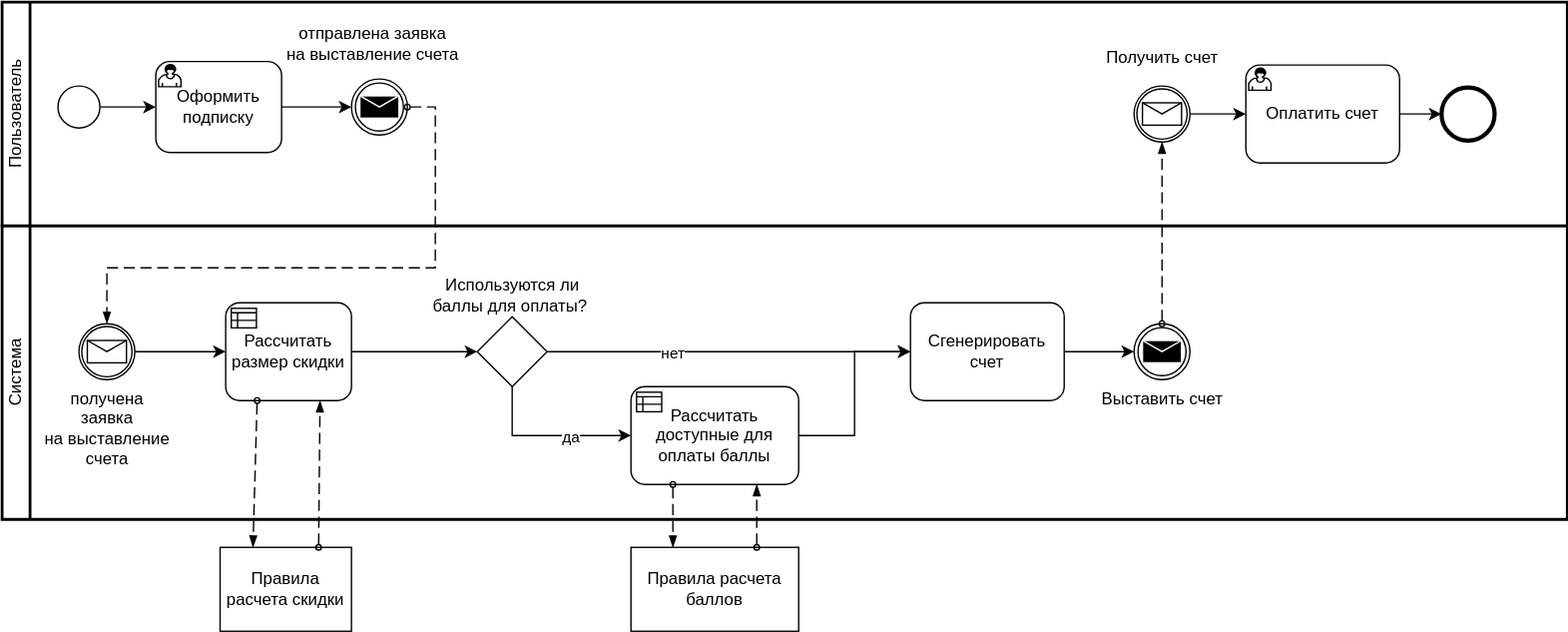
The draw.io diagram docs/img/bpmn.svg in AskaryanKarine/DoramaSet, before a commit. Source tidied: cells renumbered, new cells last; positions are measured from the earlier drawing's top-left corner, leaving out a move shared by most shapes.
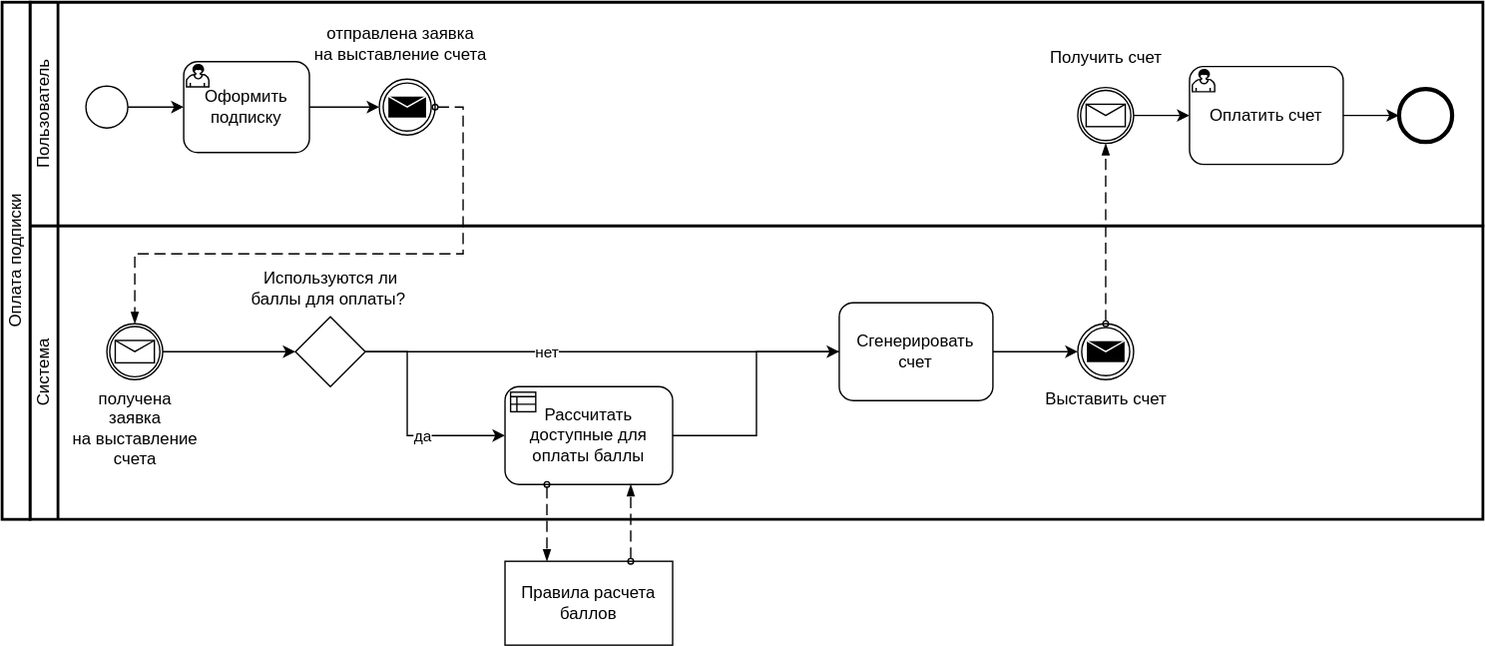
Above is the later version.

Diff of the diagram source:
```diff
@@ -3,37 +3,32 @@
     <mxCell id="0" />
     <mxCell id="1" parent="0" />
     <mxCell id="2" value="Система" style="swimlane;html=1;startSize=20;fontStyle=0;horizontal=0;swimlaneLine=1;swimlaneFillColor=#ffffff;strokeWidth=2;whiteSpace=wrap;" parent="1" vertex="1">
-      <mxGeometry y="160" width="1120" height="210" as="geometry" />
+      <mxGeometry y="160" width="1040" height="210" as="geometry" />
     </mxCell>
     <mxCell id="3" value="получена &lt;br&gt;заявка&lt;br style=&quot;border-color: var(--border-color);&quot;&gt;&lt;span style=&quot;background-color: rgb(255, 255, 255);&quot;&gt;на выставление &lt;br&gt;счета&lt;/span&gt;" style="text;html=1;align=center;verticalAlign=middle;strokeColor=none;fillColor=none;" parent="2" vertex="1">
       <mxGeometry x="20" y="110" width="110" height="70" as="geometry" />
     </mxCell>
-    <mxCell id="4" style="edgeStyle=orthogonalEdgeStyle;rounded=0;jettySize=auto;html=1;entryX=0;entryY=0.5;entryDx=0;entryDy=0;entryPerimeter=0;" parent="2" edge="1" source="5" target="7">
+    <mxCell id="4" style="edgeStyle=orthogonalEdgeStyle;rounded=0;jettySize=auto;html=1;" parent="2" edge="1" source="5" target="12">
       <mxGeometry relative="1" as="geometry" />
     </mxCell>
     <mxCell id="5" style="points=[[0.145,0.145,0],[0.5,0,0],[0.855,0.145,0],[1,0.5,0],[0.855,0.855,0],[0.5,1,0],[0.145,0.855,0],[0,0.5,0]];shape=mxgraph.bpmn.event;html=1;verticalLabelPosition=bottom;labelBackgroundColor=#ffffff;verticalAlign=top;align=center;perimeter=ellipsePerimeter;outlineConnect=0;outline=catching;symbol=message;" parent="2" vertex="1">
       <mxGeometry x="55" y="70" width="40" height="40" as="geometry" />
     </mxCell>
-    <mxCell id="6" style="edgeStyle=orthogonalEdgeStyle;rounded=0;jettySize=auto;html=1;" parent="2" edge="1" source="7">
-      <mxGeometry relative="1" as="geometry">
-        <mxPoint x="340" y="90" as="targetPoint" />
-      </mxGeometry>
-    </mxCell>
-    <mxCell id="7" value="Рассчитать размер скидки" style="points=[[0.25,0,0],[0.5,0,0],[0.75,0,0],[1,0.25,0],[1,0.5,0],[1,0.75,0],[0.75,1,0],[0.5,1,0],[0.25,1,0],[0,0.75,0],[0,0.5,0],[0,0.25,0]];shape=mxgraph.bpmn.task;whiteSpace=wrap;rectStyle=rounded;size=10;html=1;taskMarker=businessRule;" parent="2" vertex="1">
-      <mxGeometry x="160" y="55" width="90" height="70" as="geometry" />
-    </mxCell>
     <mxCell id="8" style="edgeStyle=orthogonalEdgeStyle;rounded=0;jettySize=auto;html=1;" parent="2" edge="1" source="12">
       <mxGeometry relative="1" as="geometry">
         <mxPoint x="650" y="90" as="targetPoint" />
       </mxGeometry>
     </mxCell>
     <mxCell id="9" value="нет&lt;br&gt;" style="edgeLabel;html=1;align=center;verticalAlign=middle;" parent="8" vertex="1">
-      <mxGeometry x="-0.31" relative="1" as="geometry" />
+      <mxGeometry x="-0.31" relative="1" as="geometry">
+        <mxPoint x="-11" as="offset" />
+      </mxGeometry>
     </mxCell>
     <mxCell id="10" style="edgeStyle=orthogonalEdgeStyle;rounded=0;jettySize=auto;html=1;entryX=0;entryY=0.5;entryDx=0;entryDy=0;entryPerimeter=0;" parent="2" edge="1" source="12" target="14">
       <mxGeometry relative="1" as="geometry">
         <Array as="points">
-          <mxPoint x="365" y="150" />
+          <mxPoint x="270" y="90" />
+          <mxPoint x="270" y="150" />
         </Array>
       </mxGeometry>
     </mxCell>
@@ -41,28 +36,33 @@
       <mxGeometry x="0.26" relative="1" as="geometry" />
     </mxCell>
     <mxCell id="12" style="points=[[0.25,0.25,0],[0.5,0,0],[0.75,0.25,0],[1,0.5,0],[0.75,0.75,0],[0.5,1,0],[0.25,0.75,0],[0,0.5,0]];shape=mxgraph.bpmn.gateway2;html=1;verticalLabelPosition=bottom;labelBackgroundColor=none;verticalAlign=top;align=center;perimeter=rhombusPerimeter;outlineConnect=0;outline=none;symbol=none;" parent="2" vertex="1">
-      <mxGeometry x="340" y="65" width="50" height="50" as="geometry" />
+      <mxGeometry x="190" y="65" width="50" height="50" as="geometry" />
     </mxCell>
     <mxCell id="13" style="edgeStyle=orthogonalEdgeStyle;rounded=0;jettySize=auto;html=1;exitX=1;exitY=0.5;exitDx=0;exitDy=0;exitPerimeter=0;entryX=0;entryY=0.5;entryDx=0;entryDy=0;entryPerimeter=0;" parent="2" edge="1" source="14" target="17">
-      <mxGeometry relative="1" as="geometry" />
+      <mxGeometry relative="1" as="geometry">
+        <Array as="points">
+          <mxPoint x="520" y="150" />
+          <mxPoint x="520" y="90" />
+        </Array>
+      </mxGeometry>
     </mxCell>
     <mxCell id="14" value="Рассчитать доступные для оплаты баллы" style="points=[[0.25,0,0],[0.5,0,0],[0.75,0,0],[1,0.25,0],[1,0.5,0],[1,0.75,0],[0.75,1,0],[0.5,1,0],[0.25,1,0],[0,0.75,0],[0,0.5,0],[0,0.25,0]];shape=mxgraph.bpmn.task;whiteSpace=wrap;rectStyle=rounded;size=10;html=1;taskMarker=businessRule;" parent="2" vertex="1">
-      <mxGeometry x="450" y="115" width="120" height="70" as="geometry" />
+      <mxGeometry x="340" y="115" width="120" height="70" as="geometry" />
     </mxCell>
     <mxCell id="15" value="Используются ли&lt;br style=&quot;border-color: var(--border-color);&quot;&gt;баллы для оплаты?&amp;nbsp;" style="text;html=1;align=center;verticalAlign=middle;strokeColor=none;fillColor=none;" parent="2" vertex="1">
-      <mxGeometry x="295" y="30" width="140" height="40" as="geometry" />
+      <mxGeometry x="145" y="25" width="140" height="40" as="geometry" />
     </mxCell>
     <mxCell id="16" style="edgeStyle=orthogonalEdgeStyle;rounded=0;jettySize=auto;html=1;entryX=0;entryY=0.5;entryDx=0;entryDy=0;entryPerimeter=0;" parent="2" edge="1" source="17" target="18">
       <mxGeometry relative="1" as="geometry" />
     </mxCell>
     <mxCell id="17" value="Сгенерировать счет" style="points=[[0.25,0,0],[0.5,0,0],[0.75,0,0],[1,0.25,0],[1,0.5,0],[1,0.75,0],[0.75,1,0],[0.5,1,0],[0.25,1,0],[0,0.75,0],[0,0.5,0],[0,0.25,0]];shape=mxgraph.bpmn.task;whiteSpace=wrap;rectStyle=rounded;size=10;html=1;taskMarker=abstract;labelBackgroundColor=none;" parent="2" vertex="1">
-      <mxGeometry x="650" y="55" width="110" height="70" as="geometry" />
+      <mxGeometry x="579.3" y="55" width="110" height="70" as="geometry" />
     </mxCell>
     <mxCell id="18" value="Выставить счет" style="points=[[0.145,0.145,0],[0.5,0,0],[0.855,0.145,0],[1,0.5,0],[0.855,0.855,0],[0.5,1,0],[0.145,0.855,0],[0,0.5,0]];shape=mxgraph.bpmn.event;html=1;verticalLabelPosition=bottom;labelBackgroundColor=#ffffff;verticalAlign=top;align=center;perimeter=ellipsePerimeter;outlineConnect=0;outline=throwing;symbol=message;" parent="2" vertex="1">
-      <mxGeometry x="810" y="70" width="40" height="40" as="geometry" />
+      <mxGeometry x="750" y="70" width="40" height="40" as="geometry" />
     </mxCell>
     <mxCell id="19" value="Пользователь" style="swimlane;html=1;startSize=20;fontStyle=0;horizontal=0;swimlaneLine=1;swimlaneFillColor=#ffffff;strokeWidth=2;whiteSpace=wrap;" parent="1" vertex="1">
-      <mxGeometry width="1120" height="160" as="geometry" />
+      <mxGeometry width="1040" height="160" as="geometry" />
     </mxCell>
     <mxCell id="20" style="edgeStyle=orthogonalEdgeStyle;rounded=0;jettySize=auto;html=1;entryX=0;entryY=0.5;entryDx=0;entryDy=0;entryPerimeter=0;" parent="19" edge="1" source="21" target="23">
       <mxGeometry relative="1" as="geometry" />
@@ -86,41 +86,35 @@
       <mxGeometry relative="1" as="geometry" />
     </mxCell>
     <mxCell id="27" style="points=[[0.145,0.145,0],[0.5,0,0],[0.855,0.145,0],[1,0.5,0],[0.855,0.855,0],[0.5,1,0],[0.145,0.855,0],[0,0.5,0]];shape=mxgraph.bpmn.event;html=1;verticalLabelPosition=bottom;labelBackgroundColor=#ffffff;verticalAlign=top;align=center;perimeter=ellipsePerimeter;outlineConnect=0;outline=catching;symbol=message;" parent="19" vertex="1">
-      <mxGeometry x="810" y="60" width="40" height="40" as="geometry" />
+      <mxGeometry x="750" y="61" width="40" height="40" as="geometry" />
     </mxCell>
     <mxCell id="28" value="Получить счет" style="text;html=1;align=center;verticalAlign=middle;strokeColor=none;fillColor=none;" parent="19" vertex="1">
-      <mxGeometry x="780" y="25" width="100" height="30" as="geometry" />
+      <mxGeometry x="720" y="25" width="100" height="30" as="geometry" />
     </mxCell>
     <mxCell id="29" style="edgeStyle=orthogonalEdgeStyle;rounded=0;jettySize=auto;html=1;entryX=0;entryY=0.5;entryDx=0;entryDy=0;entryPerimeter=0;" parent="19" edge="1" source="30" target="31">
       <mxGeometry relative="1" as="geometry" />
     </mxCell>
     <mxCell id="30" value="Оплатить счет" style="points=[[0.25,0,0],[0.5,0,0],[0.75,0,0],[1,0.25,0],[1,0.5,0],[1,0.75,0],[0.75,1,0],[0.5,1,0],[0.25,1,0],[0,0.75,0],[0,0.5,0],[0,0.25,0]];shape=mxgraph.bpmn.task;whiteSpace=wrap;rectStyle=rounded;size=10;html=1;taskMarker=user;labelBackgroundColor=none;" parent="19" vertex="1">
-      <mxGeometry x="890" y="45" width="110" height="70" as="geometry" />
+      <mxGeometry x="830" y="46" width="110" height="70" as="geometry" />
     </mxCell>
     <mxCell id="31" style="points=[[0.145,0.145,0],[0.5,0,0],[0.855,0.145,0],[1,0.5,0],[0.855,0.855,0],[0.5,1,0],[0.145,0.855,0],[0,0.5,0]];shape=mxgraph.bpmn.event;html=1;verticalLabelPosition=bottom;labelBackgroundColor=#ffffff;verticalAlign=top;align=center;perimeter=ellipsePerimeter;outlineConnect=0;outline=end;symbol=terminate2;" parent="19" vertex="1">
-      <mxGeometry x="1030" y="61" width="38" height="38" as="geometry" />
+      <mxGeometry x="980" y="62" width="38" height="38" as="geometry" />
     </mxCell>
     <mxCell id="32" style="dashed=1;dashPattern=8 4;endArrow=blockThin;endFill=1;startArrow=oval;startFill=0;endSize=6;startSize=4;html=1;rounded=0;exitX=1;exitY=0.5;exitDx=0;exitDy=0;exitPerimeter=0;entryX=0.5;entryY=0;entryDx=0;entryDy=0;entryPerimeter=0;" parent="1" edge="1" source="24">
       <mxGeometry relative="1" as="geometry">
         <mxPoint x="75" y="230" as="targetPoint" />
         <Array as="points">
           <mxPoint x="310" y="75" />
-          <mxPoint x="310" y="190" />
-          <mxPoint x="75" y="190" />
+          <mxPoint x="310" y="180" />
+          <mxPoint x="75" y="180" />
         </Array>
       </mxGeometry>
     </mxCell>
     <mxCell id="33" style="dashed=1;dashPattern=8 4;endArrow=blockThin;endFill=1;startArrow=oval;startFill=0;endSize=6;startSize=4;html=1;rounded=0;exitX=0.5;exitY=0;exitDx=0;exitDy=0;exitPerimeter=0;entryX=0.5;entryY=1;entryDx=0;entryDy=0;entryPerimeter=0;" parent="1" edge="1" source="18" target="27">
       <mxGeometry relative="1" as="geometry" />
     </mxCell>
-    <mxCell id="34" style="dashed=1;dashPattern=8 4;endArrow=blockThin;endFill=1;startArrow=oval;startFill=0;endSize=6;startSize=4;html=1;rounded=0;exitX=0.25;exitY=1;exitDx=0;exitDy=0;exitPerimeter=0;entryX=0.25;entryY=0;entryDx=0;entryDy=0;" parent="1" edge="1" source="7" target="35">
-      <mxGeometry relative="1" as="geometry" />
-    </mxCell>
-    <mxCell id="35" value="Правила расчета скидки" style="rounded=0;whiteSpace=wrap;html=1;labelBackgroundColor=none;" parent="1" vertex="1">
-      <mxGeometry x="156" y="390" width="94" height="60" as="geometry" />
-    </mxCell>
     <mxCell id="36" value="Правила расчета баллов" style="rounded=0;whiteSpace=wrap;html=1;labelBackgroundColor=none;" parent="1" vertex="1">
-      <mxGeometry x="450" y="390" width="120" height="60" as="geometry" />
+      <mxGeometry x="340" y="400" width="120" height="60" as="geometry" />
     </mxCell>
     <mxCell id="37" style="dashed=1;dashPattern=8 4;endArrow=blockThin;endFill=1;startArrow=oval;startFill=0;endSize=6;startSize=4;html=1;rounded=0;exitX=0.25;exitY=1;exitDx=0;exitDy=0;exitPerimeter=0;entryX=0.25;entryY=0;entryDx=0;entryDy=0;" parent="1" edge="1" source="14" target="36">
       <mxGeometry relative="1" as="geometry" />
@@ -128,8 +122,8 @@
     <mxCell id="38" style="dashed=1;dashPattern=8 4;endArrow=blockThin;endFill=1;startArrow=oval;startFill=0;endSize=6;startSize=4;html=1;rounded=0;exitX=0.75;exitY=0;exitDx=0;exitDy=0;entryX=0.75;entryY=1;entryDx=0;entryDy=0;entryPerimeter=0;" parent="1" edge="1" source="36" target="14">
       <mxGeometry relative="1" as="geometry" />
     </mxCell>
-    <mxCell id="39" style="dashed=1;dashPattern=8 4;endArrow=blockThin;endFill=1;startArrow=oval;startFill=0;endSize=6;startSize=4;html=1;rounded=0;exitX=0.75;exitY=0;exitDx=0;exitDy=0;entryX=0.75;entryY=1;entryDx=0;entryDy=0;entryPerimeter=0;" parent="1" edge="1" source="35" target="7">
-      <mxGeometry relative="1" as="geometry" />
-    </mxCell>
+    <mxCell id="40" value="Оплата подписки" style="rounded=0;whiteSpace=wrap;html=1;strokeWidth=2;horizontal=0;" parent="1" vertex="1">
+      <mxGeometry x="-20" width="20" height="370" as="geometry" />
+    </mxCell>
   </root>
 </mxGraphModel>
```
